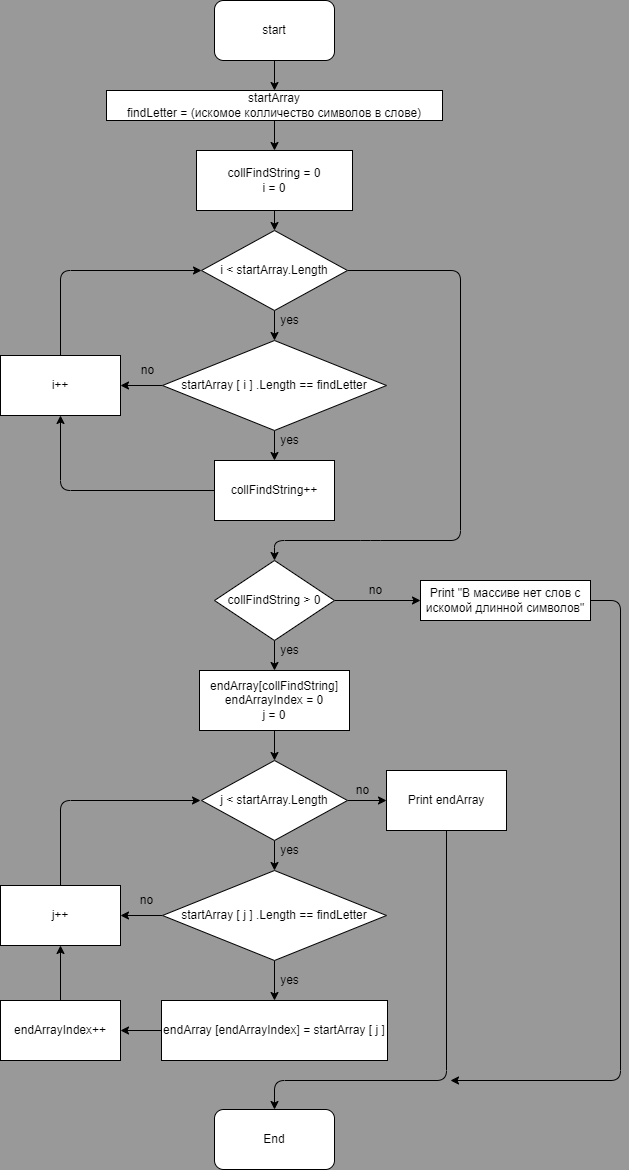
Earlier version of the draw.io export scheme.drawio.png (VladislavKaygorodov/ControlWorkOne). Source tidied: cells renumbered, new cells last; positions are measured from the earlier drawing's top-left corner, leaving out a move shared by most shapes.
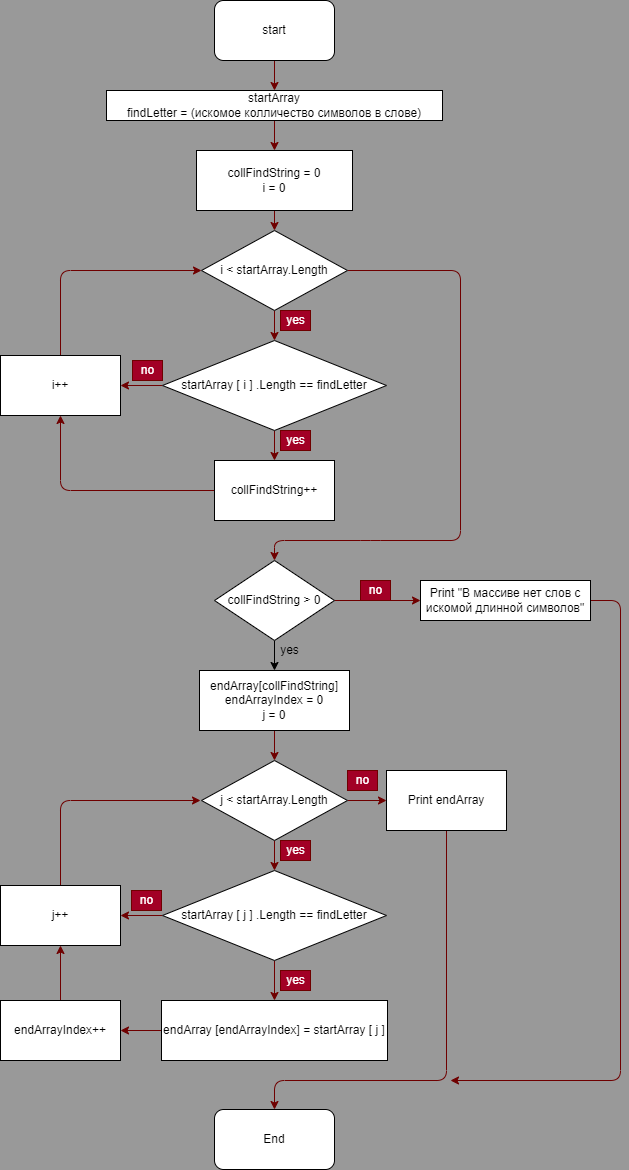
The same diagram one commit later.

Commit message:
Изменение оформления блок схемы

What changed in the source:
```diff
@@ -2,34 +2,34 @@
   <root>
     <mxCell id="0" />
     <mxCell id="1" parent="0" />
-    <mxCell id="2" style="edgeStyle=none;html=1;" parent="1" edge="1" source="3" target="5">
+    <mxCell id="2" style="edgeStyle=none;html=1;fillColor=#a20025;strokeColor=#6F0000;" parent="1" edge="1" source="3" target="5">
       <mxGeometry relative="1" as="geometry" />
     </mxCell>
     <mxCell id="3" value="start" style="rounded=1;whiteSpace=wrap;html=1;" parent="1" vertex="1">
       <mxGeometry x="214" width="120" height="60" as="geometry" />
     </mxCell>
-    <mxCell id="4" style="edgeStyle=none;html=1;" parent="1" edge="1" source="5" target="7">
+    <mxCell id="4" style="edgeStyle=none;html=1;fillColor=#a20025;strokeColor=#6F0000;" parent="1" edge="1" source="5" target="7">
       <mxGeometry relative="1" as="geometry" />
     </mxCell>
     <mxCell id="5" value="startArray&lt;br&gt;findLetter = (искомое колличество символов в слове)" style="rounded=0;whiteSpace=wrap;html=1;" parent="1" vertex="1">
       <mxGeometry x="106" y="90" width="336" height="30" as="geometry" />
     </mxCell>
-    <mxCell id="6" style="edgeStyle=none;html=1;" parent="1" edge="1" source="7" target="16">
+    <mxCell id="6" style="edgeStyle=none;html=1;fillColor=#a20025;strokeColor=#6F0000;" parent="1" edge="1" source="7" target="16">
       <mxGeometry relative="1" as="geometry" />
     </mxCell>
     <mxCell id="7" value="&lt;span&gt;collFindString = 0&lt;br&gt;i = 0&lt;br&gt;&lt;/span&gt;" style="rounded=0;whiteSpace=wrap;html=1;" parent="1" vertex="1">
       <mxGeometry x="196" y="150" width="156" height="60" as="geometry" />
     </mxCell>
-    <mxCell id="8" style="edgeStyle=none;html=1;" parent="1" edge="1" source="10" target="12">
+    <mxCell id="8" style="edgeStyle=none;html=1;fillColor=#a20025;strokeColor=#6F0000;" parent="1" edge="1" source="10" target="12">
       <mxGeometry relative="1" as="geometry" />
     </mxCell>
-    <mxCell id="9" style="edgeStyle=none;html=1;" parent="1" edge="1" source="10" target="19">
+    <mxCell id="9" style="edgeStyle=none;html=1;fillColor=#a20025;strokeColor=#6F0000;" parent="1" edge="1" source="10" target="19">
       <mxGeometry relative="1" as="geometry" />
     </mxCell>
     <mxCell id="10" value="startArray [ i ] .Length == findLetter" style="rhombus;whiteSpace=wrap;html=1;" parent="1" vertex="1">
       <mxGeometry x="162" y="340" width="224" height="90" as="geometry" />
     </mxCell>
-    <mxCell id="11" style="edgeStyle=none;html=1;exitX=0;exitY=0.5;exitDx=0;exitDy=0;entryX=0.5;entryY=1;entryDx=0;entryDy=0;" parent="1" edge="1" source="12" target="19">
+    <mxCell id="11" style="edgeStyle=none;html=1;exitX=0;exitY=0.5;exitDx=0;exitDy=0;entryX=0.5;entryY=1;entryDx=0;entryDy=0;fillColor=#a20025;strokeColor=#6F0000;" parent="1" edge="1" source="12" target="19">
       <mxGeometry relative="1" as="geometry">
         <Array as="points">
           <mxPoint x="60" y="490" />
@@ -39,13 +39,13 @@
     <mxCell id="12" value="collFindString++" style="rounded=0;whiteSpace=wrap;html=1;" parent="1" vertex="1">
       <mxGeometry x="214" y="460" width="120" height="60" as="geometry" />
     </mxCell>
-    <mxCell id="13" value="yes" style="text;html=1;align=center;verticalAlign=middle;strokeColor=none;fillColor=none;" parent="1" vertex="1">
-      <mxGeometry x="274" y="430" width="30" height="20" as="geometry" />
+    <mxCell id="13" value="yes" style="text;html=1;align=center;verticalAlign=middle;strokeColor=#6F0000;fillColor=#a20025;fontColor=#ffffff;" parent="1" vertex="1">
+      <mxGeometry x="280" y="430" width="30" height="20" as="geometry" />
     </mxCell>
-    <mxCell id="14" style="edgeStyle=none;html=1;" parent="1" edge="1" source="16" target="10">
+    <mxCell id="14" style="edgeStyle=none;html=1;fillColor=#a20025;strokeColor=#6F0000;" parent="1" edge="1" source="16" target="10">
       <mxGeometry relative="1" as="geometry" />
     </mxCell>
-    <mxCell id="15" style="edgeStyle=none;html=1;entryX=0.5;entryY=0;entryDx=0;entryDy=0;" parent="1" edge="1" source="16" target="23">
+    <mxCell id="15" style="edgeStyle=none;html=1;entryX=0.5;entryY=0;entryDx=0;entryDy=0;fillColor=#a20025;strokeColor=#6F0000;" parent="1" edge="1" source="16" target="23">
       <mxGeometry relative="1" as="geometry">
         <Array as="points">
           <mxPoint x="460" y="270" />
@@ -58,10 +58,10 @@
     <mxCell id="16" value="i &amp;lt; startArray.Length" style="rhombus;whiteSpace=wrap;html=1;" parent="1" vertex="1">
       <mxGeometry x="201" y="230" width="146" height="80" as="geometry" />
     </mxCell>
-    <mxCell id="17" value="yes" style="text;html=1;align=center;verticalAlign=middle;strokeColor=none;fillColor=none;" parent="1" vertex="1">
-      <mxGeometry x="274" y="310" width="30" height="20" as="geometry" />
+    <mxCell id="17" value="yes" style="text;html=1;align=center;verticalAlign=middle;strokeColor=#6F0000;fillColor=#a20025;fontColor=#ffffff;" parent="1" vertex="1">
+      <mxGeometry x="280" y="310" width="30" height="20" as="geometry" />
     </mxCell>
-    <mxCell id="18" style="edgeStyle=none;html=1;exitX=0.5;exitY=0;exitDx=0;exitDy=0;entryX=0;entryY=0.5;entryDx=0;entryDy=0;" parent="1" edge="1" source="19" target="16">
+    <mxCell id="18" style="edgeStyle=none;html=1;exitX=0.5;exitY=0;exitDx=0;exitDy=0;entryX=0;entryY=0.5;entryDx=0;entryDy=0;fillColor=#a20025;strokeColor=#6F0000;" parent="1" edge="1" source="19" target="16">
       <mxGeometry relative="1" as="geometry">
         <Array as="points">
           <mxPoint x="60" y="270" />
@@ -71,19 +71,19 @@
     <mxCell id="19" value="i++" style="rounded=0;whiteSpace=wrap;html=1;" parent="1" vertex="1">
       <mxGeometry y="355" width="120" height="60" as="geometry" />
     </mxCell>
-    <mxCell id="20" value="no" style="text;html=1;align=center;verticalAlign=middle;strokeColor=none;fillColor=none;" parent="1" vertex="1">
+    <mxCell id="20" value="no" style="text;html=1;align=center;verticalAlign=middle;strokeColor=#6F0000;fillColor=#a20025;fontColor=#ffffff;" parent="1" vertex="1">
       <mxGeometry x="132" y="360" width="30" height="20" as="geometry" />
     </mxCell>
     <mxCell id="21" style="edgeStyle=none;html=1;" parent="1" edge="1" source="23" target="25">
       <mxGeometry relative="1" as="geometry" />
     </mxCell>
-    <mxCell id="22" style="edgeStyle=none;html=1;" parent="1" edge="1" source="23" target="46">
+    <mxCell id="22" style="edgeStyle=none;html=1;fillColor=#a20025;strokeColor=#6F0000;" parent="1" edge="1" source="23" target="46">
       <mxGeometry relative="1" as="geometry" />
     </mxCell>
     <mxCell id="23" value="&lt;span&gt;collFindString &amp;gt; 0&lt;/span&gt;" style="rhombus;whiteSpace=wrap;html=1;" parent="1" vertex="1">
       <mxGeometry x="214" y="560" width="120" height="80" as="geometry" />
     </mxCell>
-    <mxCell id="24" style="edgeStyle=none;html=1;" parent="1" edge="1" source="25" target="32">
+    <mxCell id="24" style="edgeStyle=none;html=1;fillColor=#a20025;strokeColor=#6F0000;" parent="1" edge="1" source="25" target="32">
       <mxGeometry relative="1" as="geometry" />
     </mxCell>
     <mxCell id="25" value="endArray[collFindString]&lt;br&gt;endArrayIndex = 0&lt;br&gt;j = 0" style="rounded=0;whiteSpace=wrap;html=1;" parent="1" vertex="1">
@@ -92,43 +92,43 @@
     <mxCell id="26" value="yes" style="text;html=1;align=center;verticalAlign=middle;strokeColor=none;fillColor=none;" parent="1" vertex="1">
       <mxGeometry x="274" y="640" width="30" height="20" as="geometry" />
     </mxCell>
-    <mxCell id="27" style="edgeStyle=none;html=1;" parent="1" edge="1" source="29" target="35">
+    <mxCell id="27" style="edgeStyle=none;html=1;fillColor=#a20025;strokeColor=#6F0000;" parent="1" edge="1" source="29" target="35">
       <mxGeometry relative="1" as="geometry" />
     </mxCell>
-    <mxCell id="28" style="edgeStyle=none;html=1;" parent="1" edge="1" source="29" target="40">
+    <mxCell id="28" style="edgeStyle=none;html=1;fillColor=#a20025;strokeColor=#6F0000;" parent="1" edge="1" source="29" target="40">
       <mxGeometry relative="1" as="geometry" />
     </mxCell>
     <mxCell id="29" value="startArray [ j ] .Length == findLetter" style="rhombus;whiteSpace=wrap;html=1;" parent="1" vertex="1">
       <mxGeometry x="162" y="870" width="224" height="90" as="geometry" />
     </mxCell>
-    <mxCell id="30" style="edgeStyle=none;html=1;" parent="1" edge="1" source="32" target="29">
+    <mxCell id="30" style="edgeStyle=none;html=1;fillColor=#a20025;strokeColor=#6F0000;" parent="1" edge="1" source="32" target="29">
       <mxGeometry relative="1" as="geometry" />
     </mxCell>
-    <mxCell id="31" style="edgeStyle=none;html=1;" parent="1" edge="1" source="32" target="43">
+    <mxCell id="31" style="edgeStyle=none;html=1;fillColor=#a20025;strokeColor=#6F0000;" parent="1" edge="1" source="32" target="43">
       <mxGeometry relative="1" as="geometry" />
     </mxCell>
     <mxCell id="32" value="j &amp;lt; startArray.Length" style="rhombus;whiteSpace=wrap;html=1;" parent="1" vertex="1">
       <mxGeometry x="201" y="760" width="146" height="80" as="geometry" />
     </mxCell>
-    <mxCell id="33" value="yes" style="text;html=1;align=center;verticalAlign=middle;strokeColor=none;fillColor=none;" parent="1" vertex="1">
-      <mxGeometry x="274" y="840" width="30" height="20" as="geometry" />
+    <mxCell id="33" value="yes" style="text;html=1;align=center;verticalAlign=middle;strokeColor=#6F0000;fillColor=#a20025;fontColor=#ffffff;" parent="1" vertex="1">
+      <mxGeometry x="280" y="840" width="30" height="20" as="geometry" />
     </mxCell>
-    <mxCell id="34" style="edgeStyle=none;html=1;" parent="1" edge="1" source="35" target="38">
+    <mxCell id="34" style="edgeStyle=none;html=1;fillColor=#a20025;strokeColor=#6F0000;" parent="1" edge="1" source="35" target="38">
       <mxGeometry relative="1" as="geometry" />
     </mxCell>
     <mxCell id="35" value="endArray [endArrayIndex] = startArray [ j ]" style="rounded=0;whiteSpace=wrap;html=1;" parent="1" vertex="1">
       <mxGeometry x="161" y="1000" width="226" height="60" as="geometry" />
     </mxCell>
-    <mxCell id="36" value="yes" style="text;html=1;align=center;verticalAlign=middle;strokeColor=none;fillColor=none;" parent="1" vertex="1">
-      <mxGeometry x="274" y="970" width="30" height="20" as="geometry" />
+    <mxCell id="36" value="yes" style="text;html=1;align=center;verticalAlign=middle;strokeColor=#6F0000;fillColor=#a20025;fontColor=#ffffff;" parent="1" vertex="1">
+      <mxGeometry x="280" y="970" width="30" height="20" as="geometry" />
     </mxCell>
-    <mxCell id="37" style="edgeStyle=none;html=1;" parent="1" edge="1" source="38" target="40">
+    <mxCell id="37" style="edgeStyle=none;html=1;fillColor=#a20025;strokeColor=#6F0000;" parent="1" edge="1" source="38" target="40">
       <mxGeometry relative="1" as="geometry" />
     </mxCell>
     <mxCell id="38" value="&lt;span&gt;endArrayIndex++&lt;/span&gt;" style="rounded=0;whiteSpace=wrap;html=1;" parent="1" vertex="1">
       <mxGeometry y="1000" width="120" height="60" as="geometry" />
     </mxCell>
-    <mxCell id="39" style="edgeStyle=none;html=1;exitX=0.5;exitY=0;exitDx=0;exitDy=0;" parent="1" edge="1" source="40">
+    <mxCell id="39" style="edgeStyle=none;html=1;exitX=0.5;exitY=0;exitDx=0;exitDy=0;fillColor=#a20025;strokeColor=#6F0000;" parent="1" edge="1" source="40">
       <mxGeometry relative="1" as="geometry">
         <mxPoint x="200" y="800" as="targetPoint" />
         <Array as="points">
@@ -139,10 +139,10 @@
     <mxCell id="40" value="j++" style="rounded=0;whiteSpace=wrap;html=1;" parent="1" vertex="1">
       <mxGeometry y="885" width="120" height="60" as="geometry" />
     </mxCell>
-    <mxCell id="41" value="no" style="text;html=1;align=center;verticalAlign=middle;strokeColor=none;fillColor=none;" parent="1" vertex="1">
+    <mxCell id="41" value="no" style="text;html=1;align=center;verticalAlign=middle;strokeColor=#6F0000;fillColor=#a20025;fontColor=#ffffff;" parent="1" vertex="1">
       <mxGeometry x="131" y="890" width="30" height="20" as="geometry" />
     </mxCell>
-    <mxCell id="42" style="edgeStyle=none;html=1;exitX=0.5;exitY=1;exitDx=0;exitDy=0;entryX=0.5;entryY=0;entryDx=0;entryDy=0;" parent="1" edge="1" source="43" target="44">
+    <mxCell id="42" style="edgeStyle=none;html=1;exitX=0.5;exitY=1;exitDx=0;exitDy=0;entryX=0.5;entryY=0;entryDx=0;entryDy=0;fillColor=#a20025;strokeColor=#6F0000;" parent="1" edge="1" source="43" target="44">
       <mxGeometry relative="1" as="geometry">
         <Array as="points">
           <mxPoint x="446" y="1080" />
@@ -156,7 +156,7 @@
     <mxCell id="44" value="End" style="rounded=1;whiteSpace=wrap;html=1;" parent="1" vertex="1">
       <mxGeometry x="214" y="1109" width="120" height="60" as="geometry" />
     </mxCell>
-    <mxCell id="45" style="edgeStyle=none;html=1;exitX=1;exitY=0.5;exitDx=0;exitDy=0;" parent="1" edge="1" source="46">
+    <mxCell id="45" style="edgeStyle=none;html=1;exitX=1;exitY=0.5;exitDx=0;exitDy=0;fillColor=#a20025;strokeColor=#6F0000;" parent="1" edge="1" source="46">
       <mxGeometry relative="1" as="geometry">
         <mxPoint x="450" y="1080" as="targetPoint" />
         <Array as="points">
@@ -168,11 +168,11 @@
     <mxCell id="46" value="Print &quot;В массиве нет слов с искомой длинной символов&quot;" style="rounded=0;whiteSpace=wrap;html=1;" parent="1" vertex="1">
       <mxGeometry x="420" y="580" width="170" height="40" as="geometry" />
     </mxCell>
-    <mxCell id="47" value="no" style="text;html=1;align=center;verticalAlign=middle;strokeColor=none;fillColor=none;" parent="1" vertex="1">
+    <mxCell id="47" value="no" style="text;html=1;align=center;verticalAlign=middle;strokeColor=#6F0000;fillColor=#a20025;fontColor=#ffffff;" parent="1" vertex="1">
       <mxGeometry x="360" y="580" width="30" height="20" as="geometry" />
     </mxCell>
-    <mxCell id="48" value="no" style="text;html=1;align=center;verticalAlign=middle;strokeColor=none;fillColor=none;" parent="1" vertex="1">
-      <mxGeometry x="347" y="780" width="30" height="20" as="geometry" />
+    <mxCell id="48" value="no" style="text;html=1;align=center;verticalAlign=middle;strokeColor=#6F0000;fillColor=#a20025;fontColor=#ffffff;" parent="1" vertex="1">
+      <mxGeometry x="347" y="770" width="30" height="20" as="geometry" />
     </mxCell>
   </root>
 </mxGraphModel>
```
